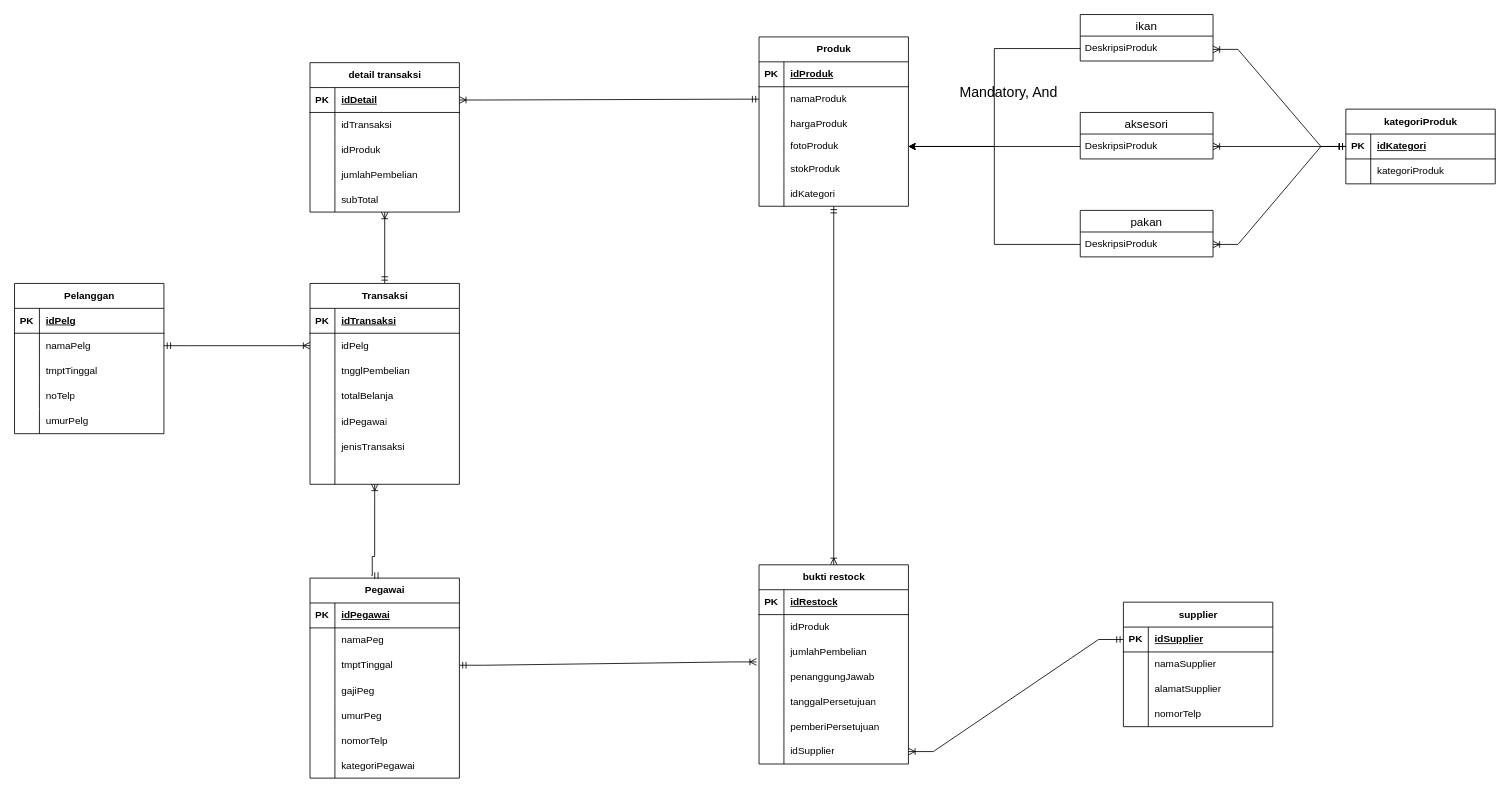
Earlier version of the draw.io diagram Diagram Tanpa Judul.drawio (shinoaaa/flowchartttz). Source tidied: cells renumbered, new cells numbered last; positions are measured from the earlier drawing's top-left corner, leaving out a move shared by most shapes. Both pictures are drawn from the tidied source at 83%, with x=0, y=0 at pixel (14, 14).
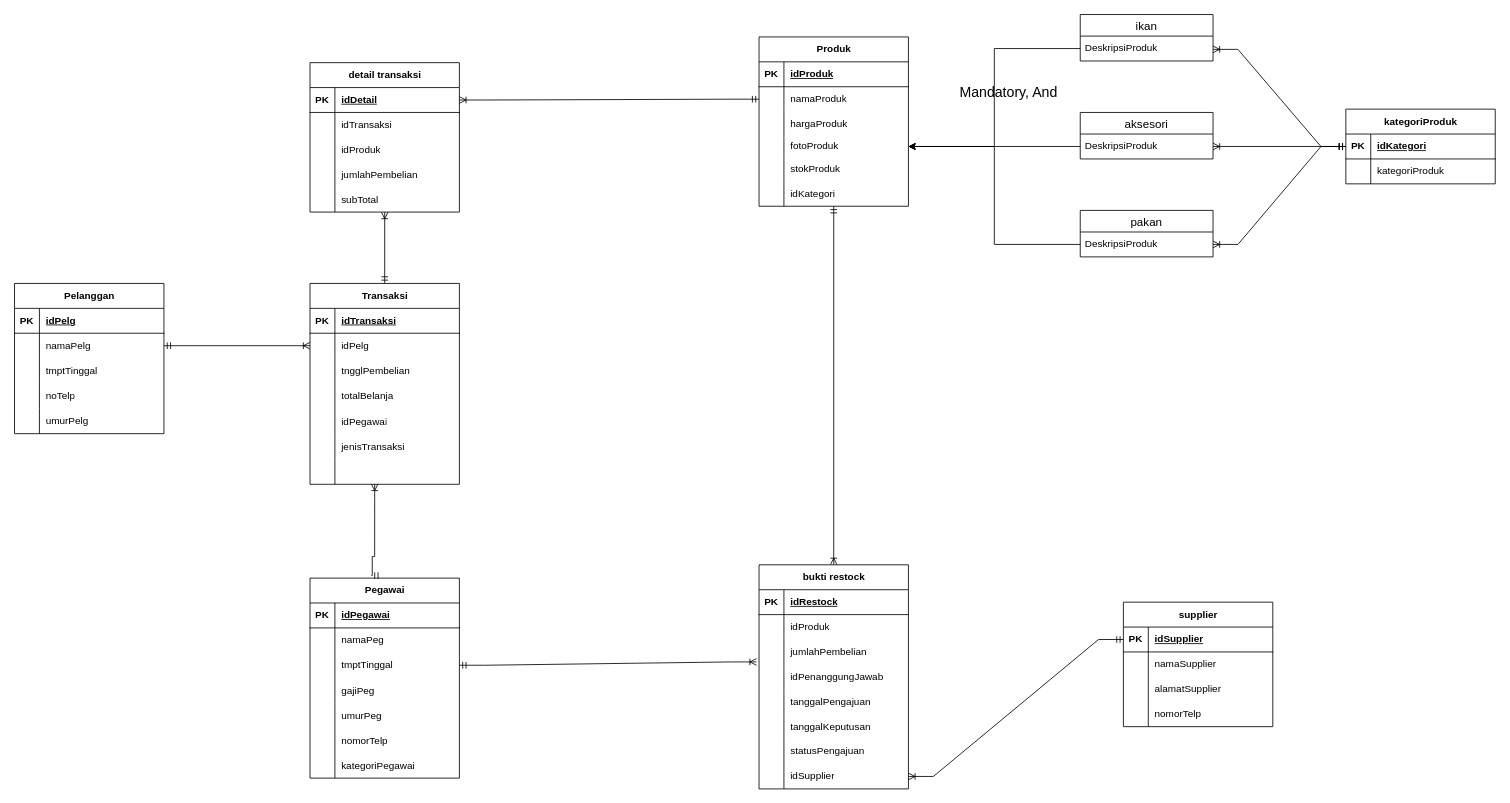
The same diagram, later.

Unchanged cells that the change refers to:
```xml
<mxCell id="133" style="shape=tableRow;horizontal=0;startSize=0;swimlaneHead=0;swimlaneBody=0;fillColor=none;top=0;left=0;right=0;bottom=0;" parent="123" vertex="1">
  <mxGeometry y="120" width="180" height="30" as="geometry" />
</mxCell>
<mxCell id="136" style="shape=tableRow;horizontal=0;startSize=0;swimlaneHead=0;swimlaneBody=0;fillColor=none;top=0;left=0;right=0;bottom=0;" parent="123" vertex="1">
  <mxGeometry y="150" width="180" height="30" as="geometry" />
</mxCell>
<mxCell id="139" style="shape=tableRow;horizontal=0;startSize=0;swimlaneHead=0;swimlaneBody=0;fillColor=none;top=0;left=0;right=0;bottom=0;" parent="123" vertex="1">
  <mxGeometry y="180" width="180" height="30" as="geometry" />
</mxCell>
```

The edit, as a diff of the source:
```diff
@@
     <mxCell id="123" value="bukti restock" style="shape=table;startSize=30;childLayout=tableLayout;rowLines=0;fontStyle=1;align=center;html=1;" parent="1" vertex="1">
-      <mxGeometry x="897" y="663" width="180" height="240" as="geometry" />
+      <mxGeometry x="897" y="663" width="180" height="270" as="geometry" />
     </mxCell>
@@
-    <mxCell id="134" style="shape=partialRectangle;fillColor=none;top=0;left=0;bottom=0;right=0;overflow=hidden;whiteSpace=wrap;html=1;" parent="133" vertex="1">
-      <mxGeometry width="30" height="30" as="geometry" />
-    </mxCell>
-    <mxCell id="135" value="penanggungJawab" style="shape=partialRectangle;fillColor=none;top=0;left=0;bottom=0;right=0;align=left;spacingLeft=6;overflow=hidden;whiteSpace=wrap;html=1;" parent="133" vertex="1">
-      <mxGeometry x="30" width="150" height="30" as="geometry" />
-    </mxCell>
+    <mxCell id="161" style="shape=partialRectangle;fillColor=none;top=0;left=0;bottom=0;right=0;overflow=hidden;whiteSpace=wrap;html=1;" parent="133" vertex="1">
+      <mxGeometry width="30" height="30" as="geometry" />
+    </mxCell>
+    <mxCell id="162" value="idPenanggungJawab" style="shape=partialRectangle;fillColor=none;top=0;left=0;bottom=0;right=0;align=left;spacingLeft=6;overflow=hidden;whiteSpace=wrap;html=1;" parent="133" vertex="1">
+      <mxGeometry x="30" width="150" height="30" as="geometry" />
+    </mxCell>
@@
-    <mxCell id="138" value="tanggalPersetujuan" style="shape=partialRectangle;fillColor=none;top=0;left=0;bottom=0;right=0;align=left;spacingLeft=6;overflow=hidden;whiteSpace=wrap;html=1;" parent="136" vertex="1">
+    <mxCell id="138" value="tanggalPengajuan" style="shape=partialRectangle;fillColor=none;top=0;left=0;bottom=0;right=0;align=left;spacingLeft=6;overflow=hidden;whiteSpace=wrap;html=1;" parent="136" vertex="1">
       <mxGeometry x="30" width="150" height="30" as="geometry" />
     </mxCell>
@@
-    <mxCell id="140" style="shape=partialRectangle;fillColor=none;top=0;left=0;bottom=0;right=0;overflow=hidden;whiteSpace=wrap;html=1;" parent="139" vertex="1">
-      <mxGeometry width="30" height="30" as="geometry" />
-    </mxCell>
-    <mxCell id="141" value="pemberiPersetujuan" style="shape=partialRectangle;fillColor=none;top=0;left=0;bottom=0;right=0;align=left;spacingLeft=6;overflow=hidden;whiteSpace=wrap;html=1;" parent="139" vertex="1">
-      <mxGeometry x="30" width="150" height="30" as="geometry" />
-    </mxCell>
+    <mxCell id="163" style="shape=partialRectangle;fillColor=none;top=0;left=0;bottom=0;right=0;overflow=hidden;whiteSpace=wrap;html=1;" parent="139" vertex="1">
+      <mxGeometry width="30" height="30" as="geometry" />
+    </mxCell>
+    <mxCell id="164" value="tanggalKeputusan" style="shape=partialRectangle;fillColor=none;top=0;left=0;bottom=0;right=0;align=left;spacingLeft=6;overflow=hidden;whiteSpace=wrap;html=1;" parent="139" vertex="1">
+      <mxGeometry x="30" width="150" height="30" as="geometry" />
+    </mxCell>
+    <mxCell id="165" style="shape=tableRow;horizontal=0;startSize=0;swimlaneHead=0;swimlaneBody=0;fillColor=none;top=0;left=0;right=0;bottom=0;" parent="123" vertex="1">
+      <mxGeometry y="210" width="180" height="30" as="geometry" />
+    </mxCell>
+    <mxCell id="166" style="shape=partialRectangle;fillColor=none;top=0;left=0;bottom=0;right=0;overflow=hidden;whiteSpace=wrap;html=1;" parent="165" vertex="1">
+      <mxGeometry width="30" height="30" as="geometry" />
+    </mxCell>
+    <mxCell id="167" value="statusPengajuan" style="shape=partialRectangle;fillColor=none;top=0;left=0;bottom=0;right=0;align=left;spacingLeft=6;overflow=hidden;whiteSpace=wrap;html=1;" parent="165" vertex="1">
+      <mxGeometry x="30" width="150" height="30" as="geometry" />
+    </mxCell>
     <mxCell id="142" style="shape=tableRow;horizontal=0;startSize=0;swimlaneHead=0;swimlaneBody=0;fillColor=none;points=[[0,0.5],[1,0.5]];portConstraint=eastwest;top=0;left=0;right=0;bottom=0;" parent="123" vertex="1">
-      <mxGeometry y="210" width="180" height="30" as="geometry" />
+      <mxGeometry y="240" width="180" height="30" as="geometry" />
     </mxCell>
```
